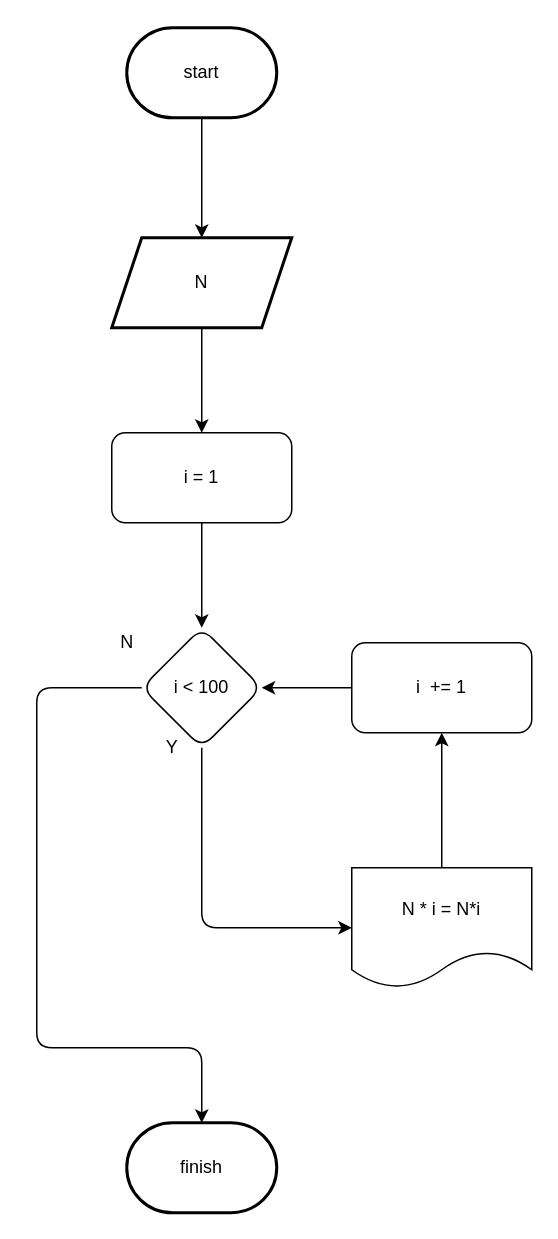
Gyeongrok-Oh/boj keeps this draw.io diagram as stage/03_loop/2-2739.drawio. Above is the earlier version. Source tidied: cells renumbered, new cells numbered last; positions are measured from the earlier drawing's top-left corner, leaving out a move shared by most shapes. Both pictures are drawn from the tidied source at 150%, with x=0, y=0 at pixel (36, 27).
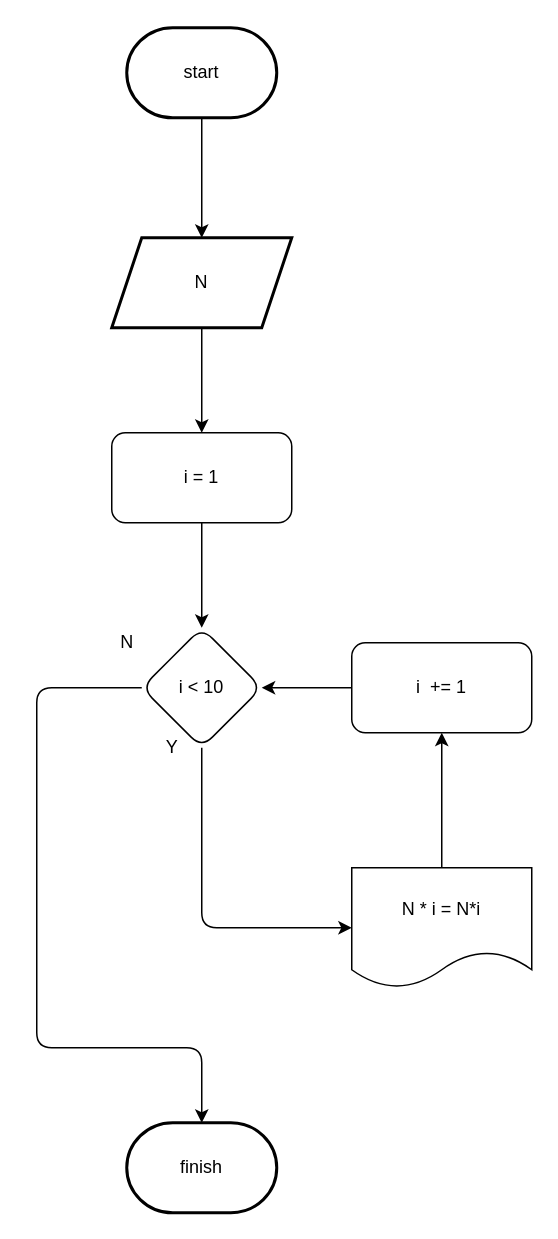
The same diagram, later.

What changed in the source:
```diff
@@
-    <mxCell id="10" value="i &amp;lt; 100" style="rhombus;whiteSpace=wrap;html=1;rounded=1;" parent="1" vertex="1">
+    <mxCell id="10" value="i &amp;lt; 10" style="rhombus;whiteSpace=wrap;html=1;rounded=1;" parent="1" vertex="1">
       <mxGeometry x="70" y="400" width="80" height="80" as="geometry" />
     </mxCell>
```
